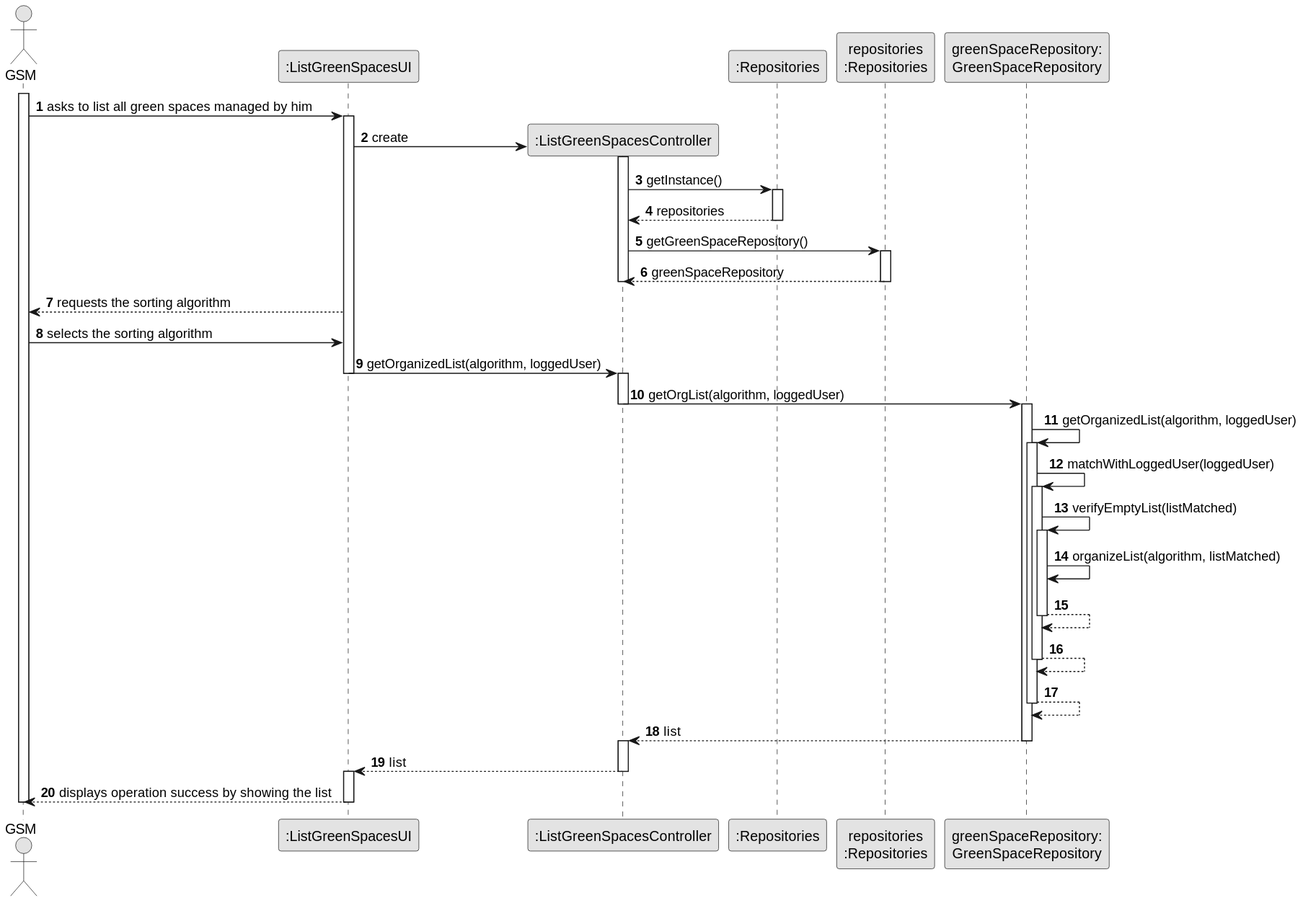
Earlier version of the PlantUML export docs/sprintC/us027/03.design/svg/us027-sequence-diagram-full.svg (ricardomm7/leaflink).
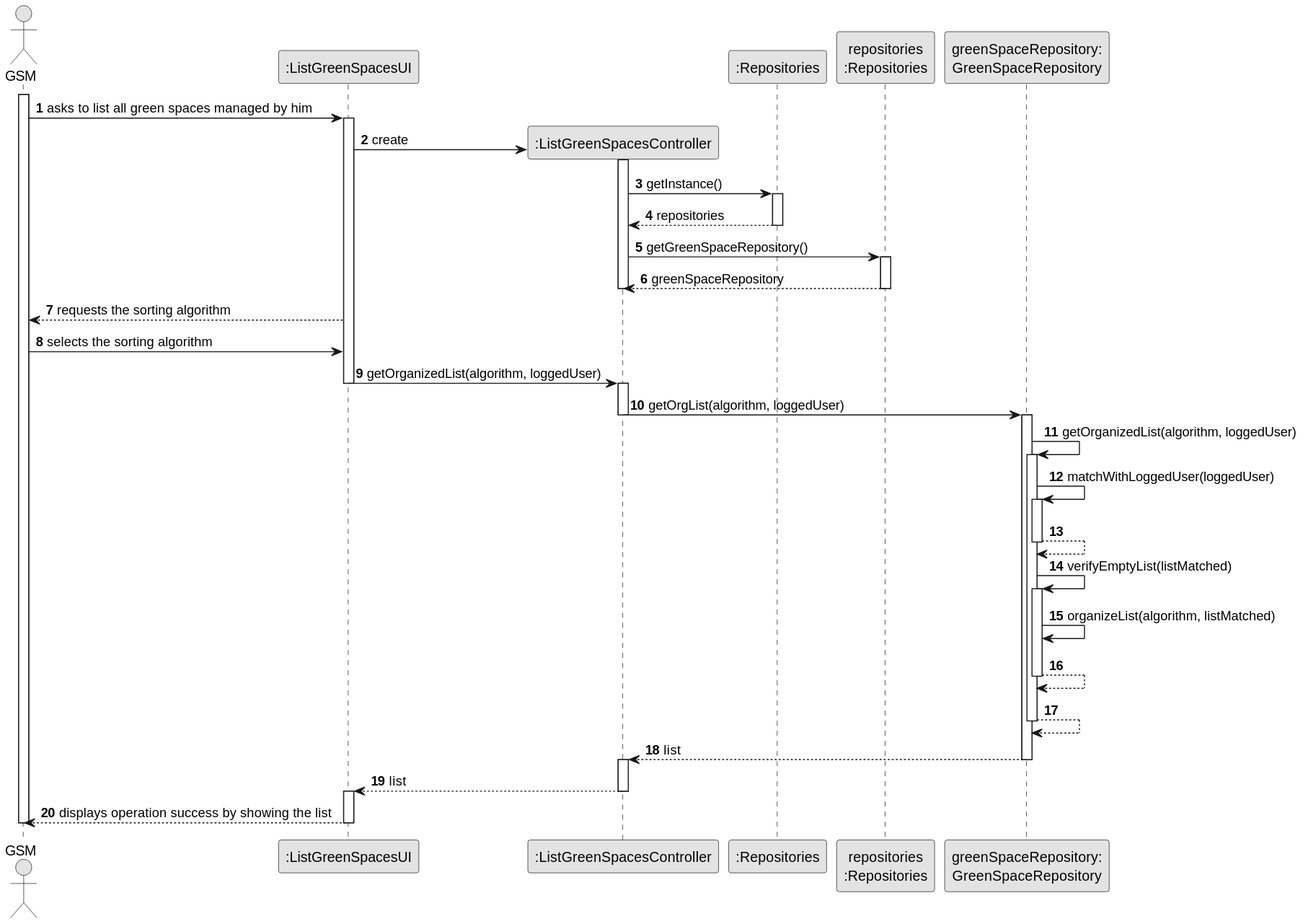
The same file after the commit.

Commit message:
Small correction in verifications made on the repository. #131

What changed in the source:
```diff
@@ -43,15 +43,17 @@
 activate GreenSpaceRepo
 GreenSpaceRepo -> GreenSpaceRepo : matchWithLoggedUser(loggedUser)
 activate GreenSpaceRepo
+GreenSpaceRepo --> GreenSpaceRepo
+deactivate GreenSpaceRepo
 GreenSpaceRepo -> GreenSpaceRepo : verifyEmptyList(listMatched)
 activate GreenSpaceRepo
+
 GreenSpaceRepo -> GreenSpaceRepo : organizeList(algorithm, listMatched)
 GreenSpaceRepo --> GreenSpaceRepo
 deactivate GreenSpaceRepo
 GreenSpaceRepo --> GreenSpaceRepo
 deactivate GreenSpaceRepo
-GreenSpaceRepo --> GreenSpaceRepo
-deactivate GreenSpaceRepo
+
 GreenSpaceRepo --> CTRL:list
 deactivate GreenSpaceRepo
 activate CTRL
```
